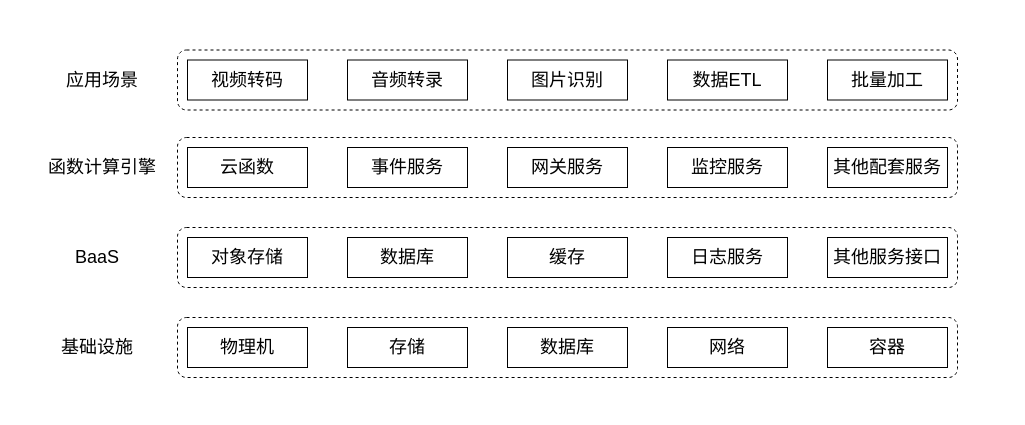
This is 函数计算架构.drawio from punnpkin/new, a draw.io file, before an edit. Source tidied: cells renumbered, new cells numbered last; positions are measured from the earlier drawing's top-left corner, leaving out a move shared by most shapes. Both pictures are drawn from the tidied source at 100%, with x=0, y=0 at pixel (47, 49).
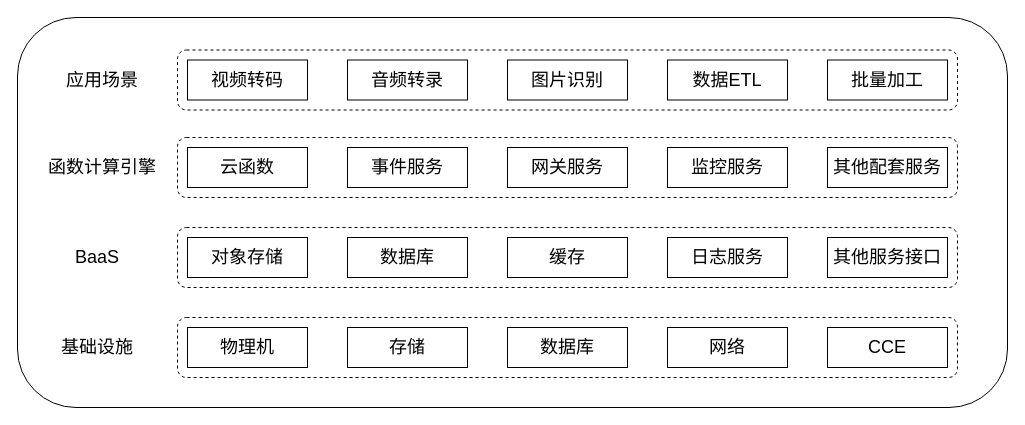
The same page after the edit.

Commit message:
更新函数计算架构.drawio

The edit, as a diff of the source:
```diff
@@
+    <mxCell id="30" style="rounded=1;whiteSpace=wrap;html=1;fontSize=18;strokeColor=default;" parent="1" vertex="1">
+      <mxGeometry x="-30" y="-32" width="990" height="390" as="geometry" />
+    </mxCell>
@@
-    <mxCell id="13" value="容器" style="rounded=0;whiteSpace=wrap;html=1;fontSize=18;" parent="1" vertex="1">
+    <mxCell id="13" value="CCE" style="rounded=0;whiteSpace=wrap;html=1;fontSize=18;" parent="1" vertex="1">
       <mxGeometry x="780" y="278" width="120" height="40" as="geometry" />
     </mxCell>
```
